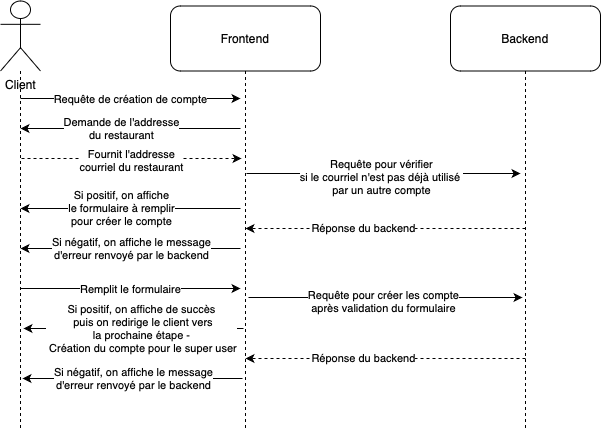
natelufuluabo/booking-system keeps this draw.io diagram as conception/diagrams/AccountCreationSequence.png. Above is the earlier version. Source tidied: cells renumbered, new cells last; positions are measured from the earlier drawing's top-left corner, leaving out a move shared by most shapes.
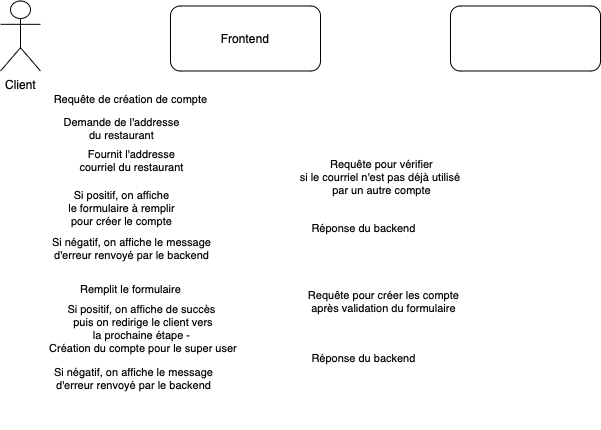
The same file after the commit.

Commit message:
Update Account Creation Sequence

The edit, as a diff of the source:
```diff
@@ -2,31 +2,31 @@
   <root>
     <mxCell id="0" />
     <mxCell id="1" parent="0" />
-    <mxCell id="2" style="edgeStyle=orthogonalEdgeStyle;rounded=0;jettySize=auto;html=1;dashed=1;endArrow=none;endFill=0;" parent="1" edge="1" source="3">
+    <mxCell id="2" style="edgeStyle=orthogonalEdgeStyle;rounded=0;jettySize=auto;html=1;dashed=1;endArrow=none;endFill=0;strokeColor=#FFFFFF;" parent="1" edge="1" source="3">
       <mxGeometry relative="1" as="geometry">
         <mxPoint x="20" y="428" as="targetPoint" />
       </mxGeometry>
     </mxCell>
-    <mxCell id="3" value="Client&lt;br&gt;" style="shape=umlActor;verticalLabelPosition=bottom;verticalAlign=top;html=1;outlineConnect=0;" parent="1" vertex="1">
+    <mxCell id="3" value="Client&lt;br&gt;" style="shape=umlActor;verticalLabelPosition=bottom;verticalAlign=top;html=1;outlineConnect=0;fillColor=#FFFFFF;" parent="1" vertex="1">
       <mxGeometry y="0.5" width="40" height="70" as="geometry" />
     </mxCell>
-    <mxCell id="4" style="edgeStyle=orthogonalEdgeStyle;rounded=0;jettySize=auto;html=1;endArrow=none;endFill=0;dashed=1;" parent="1" edge="1" source="5">
+    <mxCell id="4" style="edgeStyle=orthogonalEdgeStyle;rounded=0;jettySize=auto;html=1;endArrow=none;endFill=0;dashed=1;strokeColor=#FFFFFF;" parent="1" edge="1" source="5">
       <mxGeometry relative="1" as="geometry">
         <mxPoint x="245" y="428" as="targetPoint" />
       </mxGeometry>
     </mxCell>
-    <mxCell id="5" value="Frontend" style="rounded=1;whiteSpace=wrap;html=1;" parent="1" vertex="1">
+    <mxCell id="5" value="Frontend" style="rounded=1;whiteSpace=wrap;html=1;fillColor=none;" parent="1" vertex="1">
       <mxGeometry x="170" y="5.5" width="150" height="65" as="geometry" />
     </mxCell>
-    <mxCell id="6" style="edgeStyle=orthogonalEdgeStyle;rounded=0;jettySize=auto;html=1;endArrow=none;endFill=0;dashed=1;" parent="1" edge="1" source="7">
+    <mxCell id="6" style="edgeStyle=orthogonalEdgeStyle;rounded=0;jettySize=auto;html=1;endArrow=none;endFill=0;dashed=1;strokeColor=#FFFFFF;" parent="1" edge="1" source="7">
       <mxGeometry relative="1" as="geometry">
         <mxPoint x="525" y="428" as="targetPoint" />
       </mxGeometry>
     </mxCell>
-    <mxCell id="7" value="Backend" style="rounded=1;whiteSpace=wrap;html=1;" parent="1" vertex="1">
+    <mxCell id="7" value="&lt;font color=&quot;#ffffff&quot;&gt;Backend&lt;/font&gt;" style="rounded=1;whiteSpace=wrap;html=1;fillColor=none;" parent="1" vertex="1">
       <mxGeometry x="450" y="5.5" width="150" height="65" as="geometry" />
     </mxCell>
-    <mxCell id="8" style="endArrow=classic;html=1;rounded=0;" parent="1" edge="1">
+    <mxCell id="8" style="endArrow=classic;html=1;rounded=0;strokeColor=#FFFFFF;" parent="1" edge="1">
       <mxGeometry relative="1" as="geometry">
         <mxPoint x="240" y="128" as="sourcePoint" />
         <mxPoint x="20" y="128" as="targetPoint" />
@@ -37,7 +37,7 @@
         <mxPoint x="33" as="offset" />
       </mxGeometry>
     </mxCell>
-    <mxCell id="10" style="endArrow=classic;html=1;rounded=0;dashed=1;" parent="1" edge="1">
+    <mxCell id="10" style="endArrow=classic;html=1;rounded=0;dashed=1;strokeColor=#FFFFFF;" parent="1" edge="1">
       <mxGeometry relative="1" as="geometry">
         <mxPoint x="21" y="158" as="sourcePoint" />
         <mxPoint x="241" y="158" as="targetPoint" />
@@ -48,7 +48,7 @@
         <mxPoint x="10" as="offset" />
       </mxGeometry>
     </mxCell>
-    <mxCell id="12" style="endArrow=classic;html=1;rounded=0;" parent="1" edge="1">
+    <mxCell id="12" style="endArrow=classic;html=1;rounded=0;strokeColor=#FFFFFF;" parent="1" edge="1">
       <mxGeometry relative="1" as="geometry">
         <mxPoint x="20" y="98" as="sourcePoint" />
         <mxPoint x="240" y="98" as="targetPoint" />
@@ -59,7 +59,7 @@
         <mxPoint y="-2" as="offset" />
       </mxGeometry>
     </mxCell>
-    <mxCell id="14" style="endArrow=classic;html=1;rounded=0;" parent="1" edge="1">
+    <mxCell id="14" style="endArrow=classic;html=1;rounded=0;strokeColor=#FFFFFF;" parent="1" edge="1">
       <mxGeometry relative="1" as="geometry">
         <mxPoint x="246" y="173" as="sourcePoint" />
         <mxPoint x="520" y="173" as="targetPoint" />
@@ -70,7 +70,7 @@
         <mxPoint x="26" as="offset" />
       </mxGeometry>
     </mxCell>
-    <mxCell id="16" style="endArrow=classic;html=1;rounded=0;dashed=1;" parent="1" edge="1">
+    <mxCell id="16" style="endArrow=classic;html=1;rounded=0;dashed=1;strokeColor=#FFFFFF;" parent="1" edge="1">
       <mxGeometry relative="1" as="geometry">
         <mxPoint x="525" y="228" as="sourcePoint" />
         <mxPoint x="245" y="228" as="targetPoint" />
@@ -79,7 +79,7 @@
     <mxCell id="17" value="Réponse du backend" style="edgeLabel;html=1;align=center;verticalAlign=middle;" parent="16" vertex="1">
       <mxGeometry x="0.16" y="-1" relative="1" as="geometry" />
     </mxCell>
-    <mxCell id="18" style="endArrow=classic;html=1;rounded=0;" parent="1" edge="1">
+    <mxCell id="18" style="endArrow=classic;html=1;rounded=0;strokeColor=#FFFFFF;" parent="1" edge="1">
       <mxGeometry relative="1" as="geometry">
         <mxPoint x="240" y="208" as="sourcePoint" />
         <mxPoint x="20" y="208" as="targetPoint" />
@@ -90,7 +90,7 @@
         <mxPoint x="8" as="offset" />
       </mxGeometry>
     </mxCell>
-    <mxCell id="20" style="endArrow=classic;html=1;rounded=0;" parent="1" edge="1">
+    <mxCell id="20" style="endArrow=classic;html=1;rounded=0;strokeColor=#FFFFFF;" parent="1" edge="1">
       <mxGeometry relative="1" as="geometry">
         <mxPoint x="240" y="248" as="sourcePoint" />
         <mxPoint x="20" y="248" as="targetPoint" />
@@ -101,7 +101,7 @@
         <mxPoint x="18" as="offset" />
       </mxGeometry>
     </mxCell>
-    <mxCell id="22" style="endArrow=classic;html=1;rounded=0;" parent="1" edge="1">
+    <mxCell id="22" style="endArrow=classic;html=1;rounded=0;strokeColor=#FFFFFF;" parent="1" edge="1">
       <mxGeometry relative="1" as="geometry">
         <mxPoint x="20" y="288" as="sourcePoint" />
         <mxPoint x="240" y="288" as="targetPoint" />
@@ -112,7 +112,7 @@
         <mxPoint y="-2" as="offset" />
       </mxGeometry>
     </mxCell>
-    <mxCell id="24" style="endArrow=classic;html=1;rounded=0;" parent="1" edge="1">
+    <mxCell id="24" style="endArrow=classic;html=1;rounded=0;strokeColor=#FFFFFF;" parent="1" edge="1">
       <mxGeometry relative="1" as="geometry">
         <mxPoint x="248" y="297" as="sourcePoint" />
         <mxPoint x="522" y="297" as="targetPoint" />
@@ -123,7 +123,7 @@
         <mxPoint x="26" as="offset" />
       </mxGeometry>
     </mxCell>
-    <mxCell id="26" style="endArrow=classic;html=1;rounded=0;dashed=1;" parent="1" edge="1">
+    <mxCell id="26" style="endArrow=classic;html=1;rounded=0;dashed=1;strokeColor=#FFFFFF;" parent="1" edge="1">
       <mxGeometry relative="1" as="geometry">
         <mxPoint x="525" y="358" as="sourcePoint" />
         <mxPoint x="245" y="358" as="targetPoint" />
@@ -132,7 +132,7 @@
     <mxCell id="27" value="Réponse du backend" style="edgeLabel;html=1;align=center;verticalAlign=middle;" parent="26" vertex="1">
       <mxGeometry x="0.16" y="-1" relative="1" as="geometry" />
     </mxCell>
-    <mxCell id="28" style="endArrow=classic;html=1;rounded=0;" parent="1" edge="1">
+    <mxCell id="28" style="endArrow=classic;html=1;rounded=0;strokeColor=#FFFFFF;" parent="1" edge="1">
       <mxGeometry relative="1" as="geometry">
         <mxPoint x="243" y="328" as="sourcePoint" />
         <mxPoint x="23" y="328" as="targetPoint" />
@@ -143,7 +143,7 @@
         <mxPoint x="25" as="offset" />
       </mxGeometry>
     </mxCell>
-    <mxCell id="30" style="endArrow=classic;html=1;rounded=0;" parent="1" edge="1">
+    <mxCell id="30" style="endArrow=classic;html=1;rounded=0;strokeColor=#FFFFFF;" parent="1" edge="1">
       <mxGeometry relative="1" as="geometry">
         <mxPoint x="242" y="378" as="sourcePoint" />
         <mxPoint x="22" y="378" as="targetPoint" />
```
